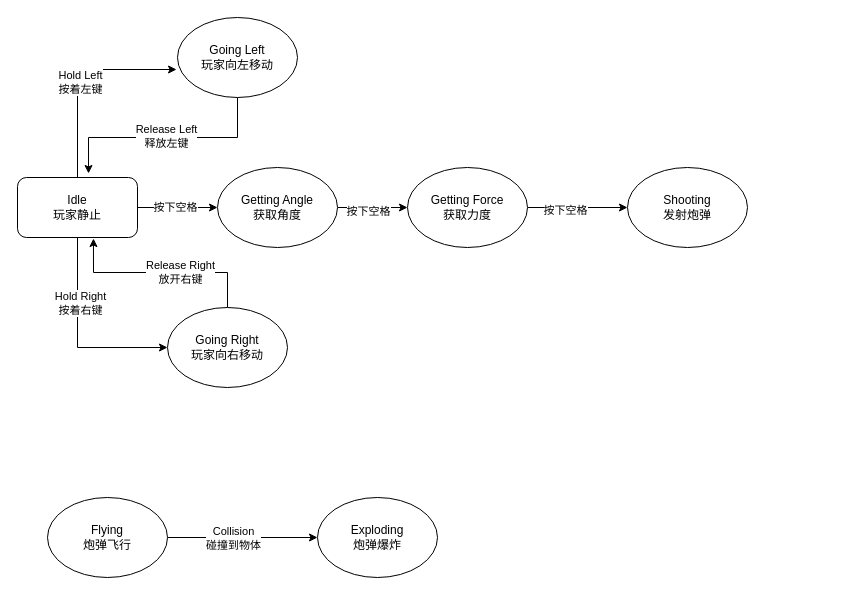
Earlier version of the draw.io diagram openDDT/设计文档/状态机.drawio (wangqqiyue/Games). Source tidied: cells renumbered, new cells numbered last; positions are measured from the earlier drawing's top-left corner, leaving out a move shared by most shapes. Both pictures are drawn from the tidied source at 100%, with x=0, y=0 at pixel (17, 17).
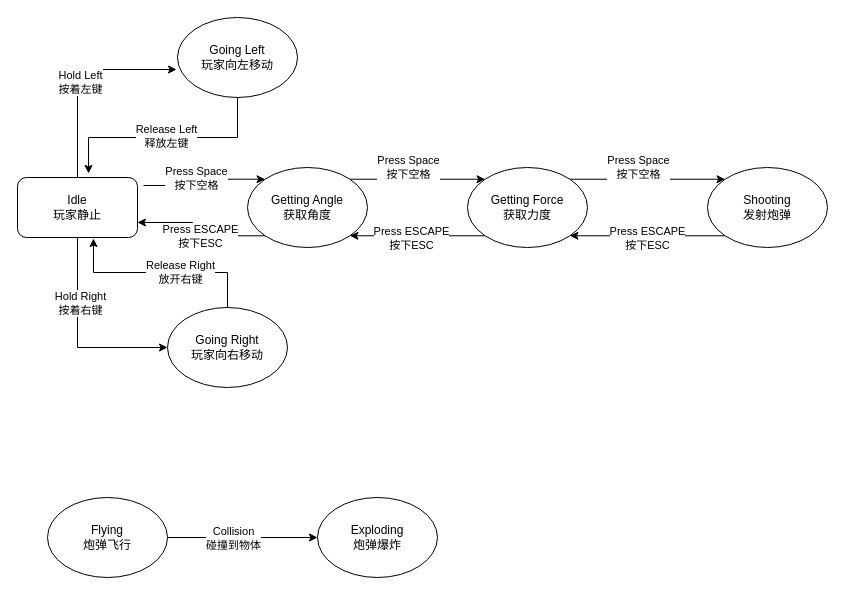
The same diagram, later.

The change refers to these unchanged cells:
```xml
<mxCell id="6" value="Idle&lt;div&gt;玩家静止&lt;/div&gt;" style="rounded=1;whiteSpace=wrap;html=1;" parent="1" vertex="1">
  <mxGeometry y="160" width="120" height="60" as="geometry" />
</mxCell>
```

Change to the diagram source:
```diff
@@
-    <mxCell id="4" style="edgeStyle=orthogonalEdgeStyle;rounded=0;jettySize=auto;html=1;exitX=1;exitY=0.5;exitDx=0;exitDy=0;entryX=0;entryY=0.5;entryDx=0;entryDy=0;" parent="1" edge="1" source="6" target="11">
+    <mxCell id="4" style="edgeStyle=orthogonalEdgeStyle;rounded=0;jettySize=auto;html=1;exitX=1.05;exitY=0.133;exitDx=0;exitDy=0;entryX=0;entryY=0;entryDx=0;entryDy=0;exitPerimeter=0;" parent="1" edge="1" source="6" target="11">
       <mxGeometry relative="1" as="geometry" />
     </mxCell>
-    <mxCell id="5" value="按下空格" style="edgeLabel;html=1;align=center;verticalAlign=middle;" parent="4" vertex="1">
+    <mxCell id="5" value="Press Space&lt;div&gt;按下空格&lt;/div&gt;" style="edgeLabel;html=1;align=center;verticalAlign=middle;" parent="4" vertex="1">
       <mxGeometry x="-0.07" y="1" relative="1" as="geometry" />
     </mxCell>
@@
-    <mxCell id="9" style="edgeStyle=orthogonalEdgeStyle;rounded=0;jettySize=auto;html=1;exitX=1;exitY=0.5;exitDx=0;exitDy=0;" parent="1" edge="1" source="11" target="14">
+    <mxCell id="9" style="edgeStyle=orthogonalEdgeStyle;rounded=0;jettySize=auto;html=1;exitX=1;exitY=0;exitDx=0;exitDy=0;entryX=0;entryY=0;entryDx=0;entryDy=0;" parent="1" edge="1" source="11" target="14">
       <mxGeometry relative="1" as="geometry" />
     </mxCell>
-    <mxCell id="10" value="按下空格" style="edgeLabel;html=1;align=center;verticalAlign=middle;" parent="9" vertex="1">
-      <mxGeometry x="-0.14" y="-3" relative="1" as="geometry" />
+    <mxCell id="10" value="Press Space&lt;div&gt;按下空格&lt;/div&gt;" style="edgeLabel;html=1;align=center;verticalAlign=middle;" parent="9" vertex="1">
+      <mxGeometry x="-0.14" y="-3" relative="1" as="geometry">
+        <mxPoint y="-15" as="offset" />
+      </mxGeometry>
     </mxCell>
+    <mxCell id="26" style="edgeStyle=orthogonalEdgeStyle;rounded=0;jettySize=auto;html=1;exitX=0;exitY=1;exitDx=0;exitDy=0;entryX=1;entryY=0.75;entryDx=0;entryDy=0;" parent="1" edge="1" source="11" target="6">
+      <mxGeometry relative="1" as="geometry" />
+    </mxCell>
+    <mxCell id="27" value="Press ESCAPE&lt;br&gt;按下ESC" style="edgeLabel;html=1;align=center;verticalAlign=middle;" parent="26" vertex="1">
+      <mxGeometry x="-0.08" relative="1" as="geometry" />
+    </mxCell>
     <mxCell id="11" value="Getting Angle&lt;div&gt;获取角度&lt;/div&gt;" style="ellipse;whiteSpace=wrap;html=1;" parent="1" vertex="1">
-      <mxGeometry x="200" y="150" width="120" height="80" as="geometry" />
+      <mxGeometry x="230" y="150" width="120" height="80" as="geometry" />
     </mxCell>
-    <mxCell id="12" style="edgeStyle=orthogonalEdgeStyle;rounded=0;jettySize=auto;html=1;exitX=1;exitY=0.5;exitDx=0;exitDy=0;entryX=0;entryY=0.5;entryDx=0;entryDy=0;" parent="1" edge="1" source="14" target="15">
+    <mxCell id="12" style="edgeStyle=orthogonalEdgeStyle;rounded=0;jettySize=auto;html=1;exitX=1;exitY=0;exitDx=0;exitDy=0;entryX=0;entryY=0;entryDx=0;entryDy=0;" parent="1" edge="1" source="14" target="15">
       <mxGeometry relative="1" as="geometry" />
     </mxCell>
-    <mxCell id="13" value="按下空格" style="edgeLabel;html=1;align=center;verticalAlign=middle;" parent="12" vertex="1">
-      <mxGeometry x="-0.26" y="-2" relative="1" as="geometry" />
+    <mxCell id="13" value="Press Space&lt;div&gt;按下空格&lt;/div&gt;" style="edgeLabel;html=1;align=center;verticalAlign=middle;" parent="12" vertex="1">
+      <mxGeometry x="-0.26" y="-2" relative="1" as="geometry">
+        <mxPoint x="11" y="-14" as="offset" />
+      </mxGeometry>
     </mxCell>
+    <mxCell id="28" style="edgeStyle=orthogonalEdgeStyle;rounded=0;jettySize=auto;html=1;exitX=0;exitY=1;exitDx=0;exitDy=0;entryX=1;entryY=1;entryDx=0;entryDy=0;" parent="1" edge="1" source="14" target="11">
+      <mxGeometry relative="1" as="geometry" />
+    </mxCell>
+    <mxCell id="29" value="Press ESCAPE&lt;br&gt;按下ESC" style="edgeLabel;html=1;align=center;verticalAlign=middle;" parent="28" vertex="1">
+      <mxGeometry x="0.1" y="2" relative="1" as="geometry" />
+    </mxCell>
     <mxCell id="14" value="Getting Force&lt;div&gt;获取力度&lt;/div&gt;" style="ellipse;whiteSpace=wrap;html=1;" parent="1" vertex="1">
-      <mxGeometry x="390" y="150" width="120" height="80" as="geometry" />
+      <mxGeometry x="450" y="150" width="120" height="80" as="geometry" />
     </mxCell>
+    <mxCell id="30" style="edgeStyle=orthogonalEdgeStyle;rounded=0;jettySize=auto;html=1;exitX=0;exitY=1;exitDx=0;exitDy=0;entryX=1;entryY=1;entryDx=0;entryDy=0;" parent="1" edge="1" source="15" target="14">
+      <mxGeometry relative="1" as="geometry" />
+    </mxCell>
+    <mxCell id="31" value="Press ESCAPE&lt;br&gt;按下ESC" style="edgeLabel;html=1;align=center;verticalAlign=middle;" parent="30" vertex="1">
+      <mxGeometry x="0.27" y="1" relative="1" as="geometry">
+        <mxPoint x="21" y="1" as="offset" />
+      </mxGeometry>
+    </mxCell>
     <mxCell id="15" value="Shooting&lt;div&gt;发射炮弹&lt;/div&gt;" style="ellipse;whiteSpace=wrap;html=1;" parent="1" vertex="1">
-      <mxGeometry x="610" y="150" width="120" height="80" as="geometry" />
+      <mxGeometry x="690" y="150" width="120" height="80" as="geometry" />
     </mxCell>
```
